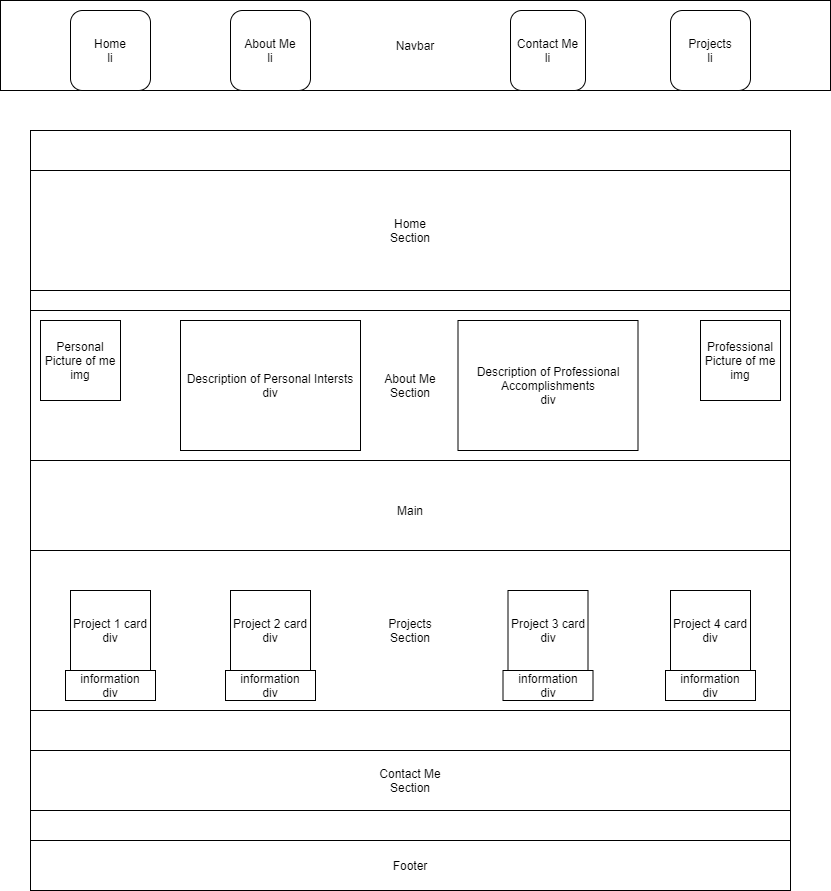
Earlier version of the draw.io export brainstorming/wireframe.drawio.png (baHarmon1/baHarmon1.github.io). Source tidied: cells renumbered, new cells last; positions are measured from the earlier drawing's top-left corner, leaving out a move shared by most shapes.
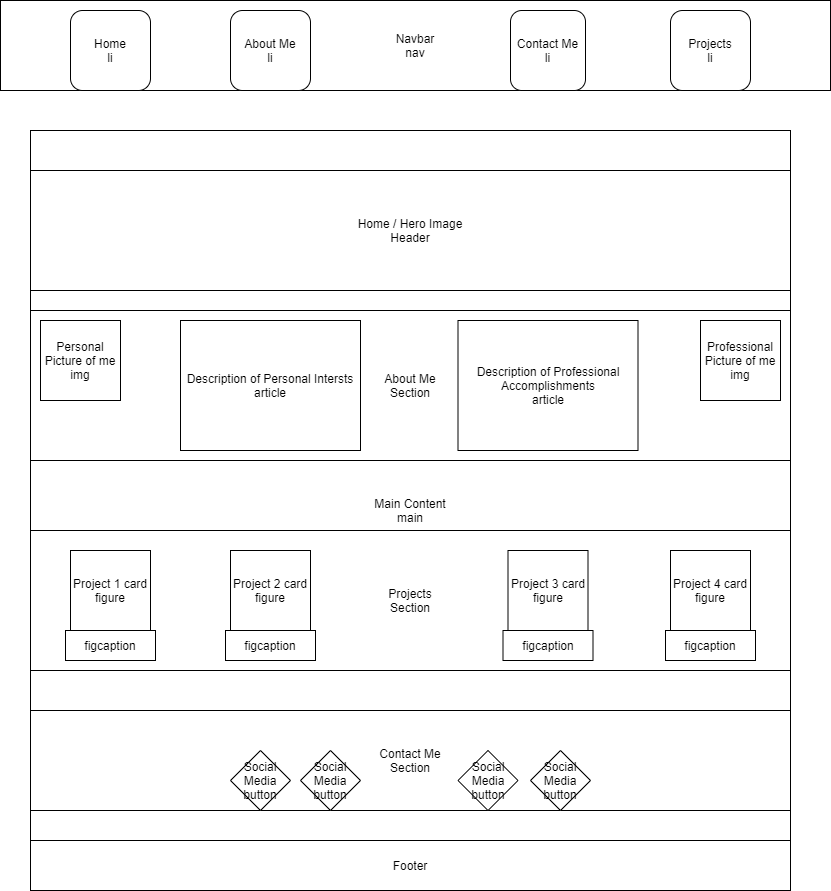
Above is the later version.

Commit message:
Updated wireframe, currently finished

Diff of the diagram source:
```diff
@@ -2,7 +2,7 @@
   <root>
     <mxCell id="0" />
     <mxCell id="1" parent="0" />
-    <mxCell id="2" value="Navbar" style="rounded=0;whiteSpace=wrap;html=1;" parent="1" vertex="1">
+    <mxCell id="2" value="Navbar&lt;br&gt;nav" style="rounded=0;whiteSpace=wrap;html=1;" parent="1" vertex="1">
       <mxGeometry width="830" height="90" as="geometry" />
     </mxCell>
     <mxCell id="3" value="About Me&lt;br&gt;li" style="rounded=1;whiteSpace=wrap;html=1;" parent="1" vertex="1">
@@ -17,20 +17,20 @@
     <mxCell id="6" value="Contact Me&lt;br&gt;li" style="rounded=1;whiteSpace=wrap;html=1;" parent="1" vertex="1">
       <mxGeometry x="510" y="10" width="75" height="80" as="geometry" />
     </mxCell>
-    <mxCell id="7" value="Main" style="whiteSpace=wrap;html=1;" parent="1" vertex="1">
+    <mxCell id="7" value="Main Content&lt;br&gt;main" style="whiteSpace=wrap;html=1;" parent="1" vertex="1">
       <mxGeometry x="30" y="130" width="760" height="760" as="geometry" />
     </mxCell>
-    <mxCell id="8" value="Home&lt;br&gt;Section" style="rounded=0;whiteSpace=wrap;html=1;" parent="1" vertex="1">
+    <mxCell id="8" value="Home / Hero Image&lt;br&gt;Header" style="rounded=0;whiteSpace=wrap;html=1;" parent="1" vertex="1">
       <mxGeometry x="30" y="170" width="760" height="120" as="geometry" />
     </mxCell>
     <mxCell id="9" value="About Me&lt;br&gt;Section" style="rounded=0;whiteSpace=wrap;html=1;" parent="1" vertex="1">
       <mxGeometry x="30" y="310" width="760" height="150" as="geometry" />
     </mxCell>
     <mxCell id="10" value="Contact Me&lt;br&gt;Section" style="rounded=0;whiteSpace=wrap;html=1;" parent="1" vertex="1">
-      <mxGeometry x="30" y="750" width="760" height="60" as="geometry" />
+      <mxGeometry x="30" y="710" width="760" height="100" as="geometry" />
     </mxCell>
     <mxCell id="11" value="Projects&lt;br&gt;Section" style="rounded=0;whiteSpace=wrap;html=1;" parent="1" vertex="1">
-      <mxGeometry x="30" y="550" width="760" height="160" as="geometry" />
+      <mxGeometry x="30" y="530" width="760" height="140" as="geometry" />
     </mxCell>
     <mxCell id="12" value="Footer" style="rounded=0;whiteSpace=wrap;html=1;" parent="1" vertex="1">
       <mxGeometry x="30" y="840" width="760" height="50" as="geometry" />
@@ -38,38 +38,50 @@
     <mxCell id="13" value="Personal&lt;br&gt;Picture of me&lt;br&gt;img" style="whiteSpace=wrap;html=1;" parent="1" vertex="1">
       <mxGeometry x="40" y="320" width="80" height="80" as="geometry" />
     </mxCell>
-    <mxCell id="14" value="Description of Personal Intersts&lt;br&gt;div" style="rounded=0;whiteSpace=wrap;html=1;" parent="1" vertex="1">
+    <mxCell id="14" value="Description of Personal Intersts&lt;br&gt;article" style="rounded=0;whiteSpace=wrap;html=1;" parent="1" vertex="1">
       <mxGeometry x="180" y="320" width="180" height="130" as="geometry" />
     </mxCell>
-    <mxCell id="15" value="Description of Professional Accomplishments&lt;br&gt;div" style="rounded=0;whiteSpace=wrap;html=1;" parent="1" vertex="1">
+    <mxCell id="15" value="Description of Professional Accomplishments&lt;br&gt;article" style="rounded=0;whiteSpace=wrap;html=1;" parent="1" vertex="1">
       <mxGeometry x="457.5" y="320" width="180" height="130" as="geometry" />
     </mxCell>
     <mxCell id="16" value="Professional&lt;br&gt;Picture of me&lt;br&gt;img" style="whiteSpace=wrap;html=1;" parent="1" vertex="1">
       <mxGeometry x="700" y="320" width="80" height="80" as="geometry" />
     </mxCell>
-    <mxCell id="17" value="Project 1 card&lt;br&gt;div" style="whiteSpace=wrap;html=1;" parent="1" vertex="1">
-      <mxGeometry x="70" y="590" width="80" height="80" as="geometry" />
+    <mxCell id="17" value="Project 1 card&lt;br&gt;figure" style="whiteSpace=wrap;html=1;" parent="1" vertex="1">
+      <mxGeometry x="70" y="550" width="80" height="80" as="geometry" />
     </mxCell>
-    <mxCell id="18" value="&lt;span&gt;Project 2 card&lt;br&gt;div&lt;br&gt;&lt;/span&gt;" style="whiteSpace=wrap;html=1;" parent="1" vertex="1">
-      <mxGeometry x="230" y="590" width="80" height="80" as="geometry" />
+    <mxCell id="18" value="&lt;span&gt;Project 2 card&lt;br&gt;figure&lt;br&gt;&lt;/span&gt;" style="whiteSpace=wrap;html=1;" parent="1" vertex="1">
+      <mxGeometry x="230" y="550" width="80" height="80" as="geometry" />
     </mxCell>
-    <mxCell id="19" value="&lt;span&gt;Project 4 card&lt;br&gt;div&lt;br&gt;&lt;/span&gt;" style="whiteSpace=wrap;html=1;" parent="1" vertex="1">
-      <mxGeometry x="670" y="590" width="80" height="80" as="geometry" />
+    <mxCell id="19" value="&lt;span&gt;Project 4 card&lt;br&gt;&lt;/span&gt;figure&lt;span&gt;&lt;br&gt;&lt;/span&gt;" style="whiteSpace=wrap;html=1;" parent="1" vertex="1">
+      <mxGeometry x="670" y="550" width="80" height="80" as="geometry" />
     </mxCell>
-    <mxCell id="20" value="&lt;span&gt;Project 3 card&lt;br&gt;div&lt;br&gt;&lt;/span&gt;" style="whiteSpace=wrap;html=1;" parent="1" vertex="1">
-      <mxGeometry x="507.5" y="590" width="80" height="80" as="geometry" />
+    <mxCell id="20" value="&lt;span&gt;Project 3 card&lt;br&gt;&lt;/span&gt;figure&lt;span&gt;&lt;br&gt;&lt;/span&gt;" style="whiteSpace=wrap;html=1;" parent="1" vertex="1">
+      <mxGeometry x="507.5" y="550" width="80" height="80" as="geometry" />
     </mxCell>
-    <mxCell id="21" value="information&lt;br&gt;div" style="rounded=0;whiteSpace=wrap;html=1;" parent="1" vertex="1">
-      <mxGeometry x="65" y="670" width="90" height="30" as="geometry" />
+    <mxCell id="21" value="figcaption" style="rounded=0;whiteSpace=wrap;html=1;" parent="1" vertex="1">
+      <mxGeometry x="65" y="630" width="90" height="30" as="geometry" />
     </mxCell>
-    <mxCell id="22" value="information&lt;br&gt;div" style="rounded=0;whiteSpace=wrap;html=1;" parent="1" vertex="1">
-      <mxGeometry x="225" y="670" width="90" height="30" as="geometry" />
+    <mxCell id="22" value="figcaption" style="rounded=0;whiteSpace=wrap;html=1;" parent="1" vertex="1">
+      <mxGeometry x="225" y="630" width="90" height="30" as="geometry" />
     </mxCell>
-    <mxCell id="23" value="information&lt;br&gt;div" style="rounded=0;whiteSpace=wrap;html=1;" parent="1" vertex="1">
-      <mxGeometry x="502.5" y="670" width="90" height="30" as="geometry" />
+    <mxCell id="23" value="figcaption" style="rounded=0;whiteSpace=wrap;html=1;" parent="1" vertex="1">
+      <mxGeometry x="502.5" y="630" width="90" height="30" as="geometry" />
     </mxCell>
-    <mxCell id="24" value="information&lt;br&gt;div" style="rounded=0;whiteSpace=wrap;html=1;" parent="1" vertex="1">
-      <mxGeometry x="665" y="670" width="90" height="30" as="geometry" />
+    <mxCell id="24" value="figcaption" style="rounded=0;whiteSpace=wrap;html=1;" parent="1" vertex="1">
+      <mxGeometry x="665" y="630" width="90" height="30" as="geometry" />
     </mxCell>
+    <mxCell id="25" value="Social Media&lt;br&gt;button" style="rhombus;whiteSpace=wrap;html=1;" parent="1" vertex="1">
+      <mxGeometry x="230" y="750" width="60" height="60" as="geometry" />
+    </mxCell>
+    <mxCell id="26" value="Social Media&lt;br&gt;button" style="rhombus;whiteSpace=wrap;html=1;" parent="1" vertex="1">
+      <mxGeometry x="300" y="750" width="60" height="60" as="geometry" />
+    </mxCell>
+    <mxCell id="27" value="Social Media&lt;br&gt;button" style="rhombus;whiteSpace=wrap;html=1;" parent="1" vertex="1">
+      <mxGeometry x="530" y="750" width="60" height="60" as="geometry" />
+    </mxCell>
+    <mxCell id="28" value="Social Media&lt;br&gt;button" style="rhombus;whiteSpace=wrap;html=1;" parent="1" vertex="1">
+      <mxGeometry x="457.5" y="750" width="60" height="60" as="geometry" />
+    </mxCell>
   </root>
 </mxGraphModel>
```
